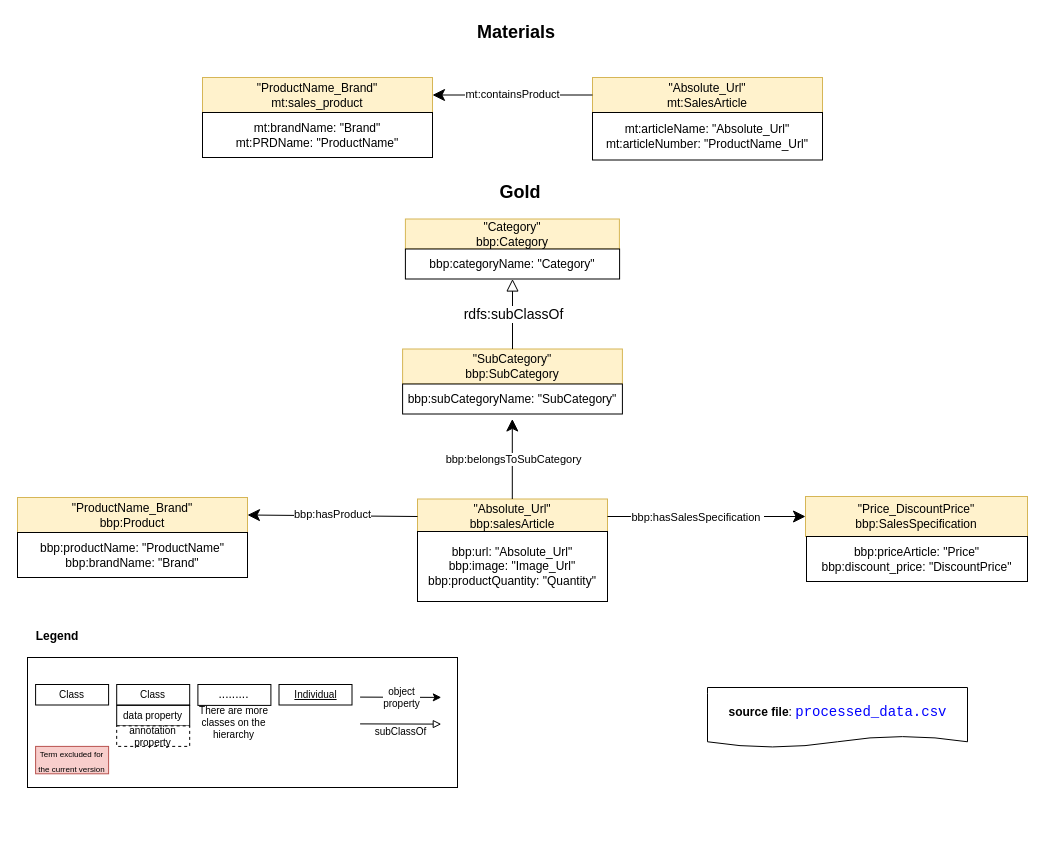
This is page "Materials-Gold" (7 of 20) of BigBasketProducts/Figures/bigBasketProducts.drawio from tecnomod-um/EvaluationGraphAlignmentMethods, a draw.io file, before an edit. Source tidied: cells renumbered, new cells numbered last; positions are measured from the earlier drawing's top-left corner, leaving out a move shared by most shapes. Both pictures are drawn from the tidied source at 100%, with x=0, y=0 at pixel (17, 17).
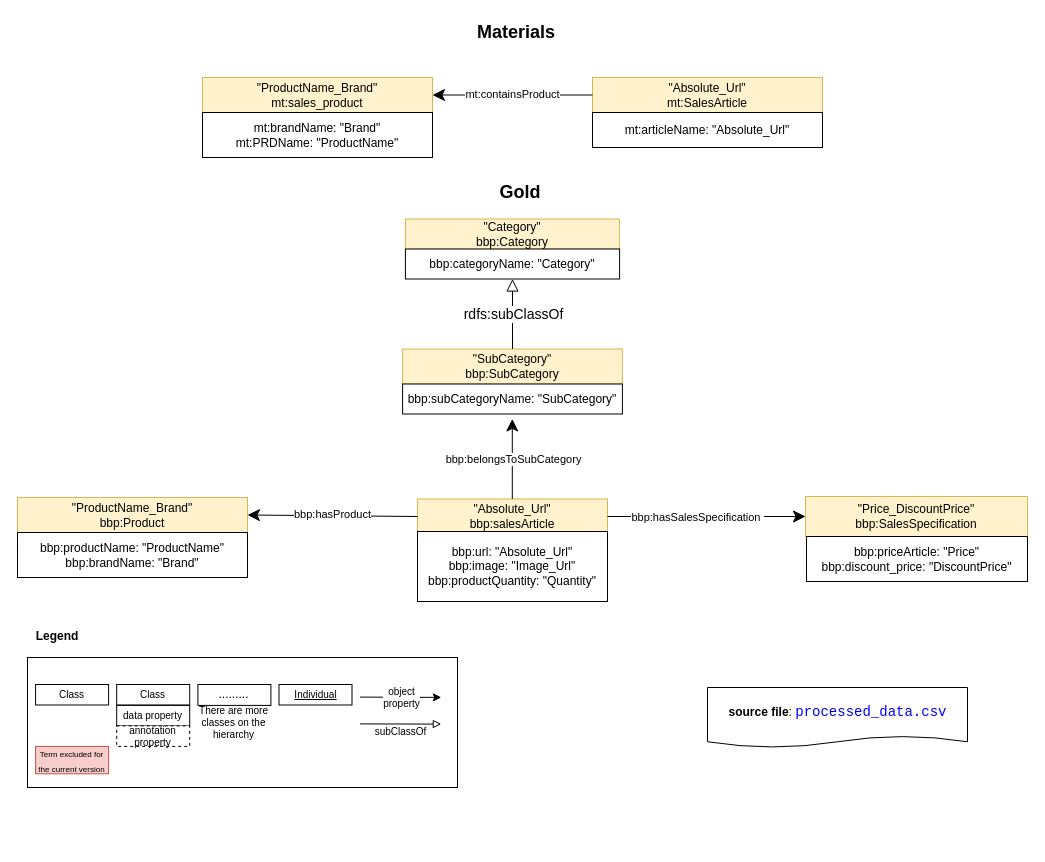
The same page after the edit.

The edit, as a diff of the source:
```diff
@@
-    <mxCell id="18" value="mt:articleName: &quot;Absolute_Url&quot;&lt;br&gt;mt:articleNumber: &quot;ProductName_Url&quot;" style="rounded=0;whiteSpace=wrap;html=1;" parent="1" vertex="1">
-      <mxGeometry x="575" y="95" width="230" height="47.5" as="geometry" />
+    <mxCell id="18" value="mt:articleName: &quot;Absolute_Url&quot;" style="rounded=0;whiteSpace=wrap;html=1;" parent="1" vertex="1">
+      <mxGeometry x="575" y="95" width="230" height="35" as="geometry" />
     </mxCell>
```
